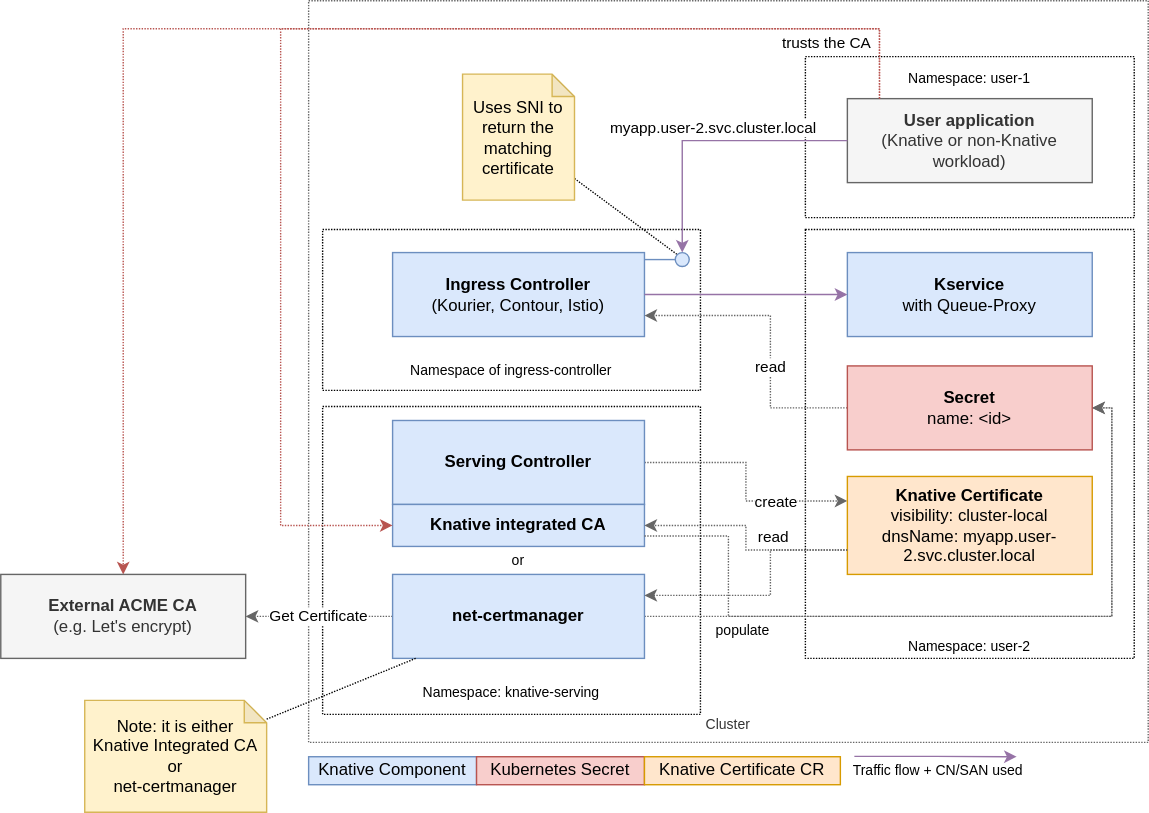
Before: docs/encryption/encryption-cluster-local-domain.drawio.svg, a diagram exported from draw.io (knative/serving). Source tidied: cells renumbered, new cells last; positions are measured from the earlier drawing's top-left corner, leaving out a move shared by most shapes.
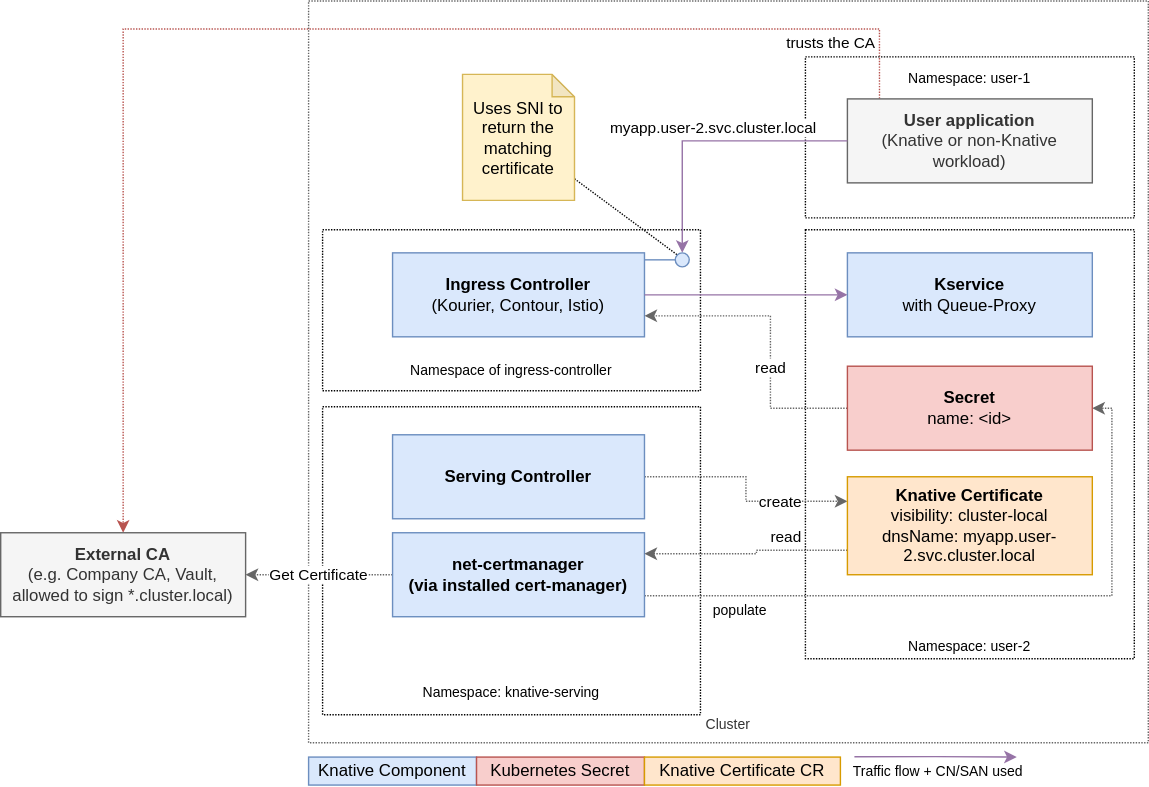
Later version of the same file.

Commit message:
update Serving encryption documentation to the newest developments

What changed in the source:
```diff
@@ -32,27 +32,27 @@
       <mxGeometry x="0.41" relative="1" as="geometry" />
     </mxCell>
     <mxCell id="10" value="&lt;b&gt;Serving Controller&lt;/b&gt;" style="rounded=0;whiteSpace=wrap;html=1;fillColor=#dae8fc;strokeColor=#6c8ebf;" parent="1" vertex="1">
-      <mxGeometry x="280" y="300" width="180" height="60" as="geometry" />
+      <mxGeometry x="280" y="310" width="180" height="60" as="geometry" />
     </mxCell>
     <mxCell id="11" value="Get Certificate" style="edgeStyle=orthogonalEdgeStyle;rounded=0;jettySize=auto;html=1;entryX=1;entryY=0.5;entryDx=0;entryDy=0;startArrow=none;startFill=0;fillColor=#f5f5f5;strokeColor=#666666;dashed=1;dashPattern=1 1;" parent="1" edge="1" source="13" target="21">
       <mxGeometry relative="1" as="geometry" />
     </mxCell>
-    <mxCell id="12" value="populate" style="edgeStyle=orthogonalEdgeStyle;rounded=0;jettySize=auto;html=1;entryX=1;entryY=0.5;entryDx=0;entryDy=0;dashed=1;dashPattern=1 1;fontSize=10;startArrow=none;startFill=0;fillColor=#f5f5f5;strokeColor=#666666;exitX=1;exitY=0.5;exitDx=0;exitDy=0;" parent="1" edge="1" source="13" target="17">
+    <mxCell id="12" value="populate" style="edgeStyle=orthogonalEdgeStyle;rounded=0;jettySize=auto;html=1;entryX=1;entryY=0.5;entryDx=0;entryDy=0;dashed=1;dashPattern=1 1;fontSize=10;startArrow=none;startFill=0;fillColor=#f5f5f5;strokeColor=#666666;exitX=1;exitY=0.75;exitDx=0;exitDy=0;" parent="1" edge="1" source="13" target="17">
       <mxGeometry x="-0.72" y="-10" relative="1" as="geometry">
         <Array as="points">
-          <mxPoint x="794" y="440" />
+          <mxPoint x="794" y="425" />
           <mxPoint x="794" y="291" />
         </Array>
       </mxGeometry>
     </mxCell>
-    <mxCell id="13" value="&lt;b&gt;net-certmanager&lt;/b&gt;" style="rounded=0;whiteSpace=wrap;html=1;fillColor=#dae8fc;strokeColor=#6c8ebf;" parent="1" vertex="1">
-      <mxGeometry x="280" y="410" width="180" height="60" as="geometry" />
+    <mxCell id="13" value="&lt;b&gt;net-certmanager&lt;br&gt;(via installed cert-manager)&lt;/b&gt;" style="rounded=0;whiteSpace=wrap;html=1;fillColor=#dae8fc;strokeColor=#6c8ebf;" parent="1" vertex="1">
+      <mxGeometry x="280" y="380" width="180" height="60" as="geometry" />
     </mxCell>
-    <mxCell id="14" value="read" style="edgeStyle=orthogonalEdgeStyle;rounded=0;jettySize=auto;html=1;entryX=1;entryY=0.25;entryDx=0;entryDy=0;exitX=0;exitY=0.75;exitDx=0;exitDy=0;dashed=1;dashPattern=1 1;fillColor=#f5f5f5;strokeColor=#666666;" parent="1" edge="1" source="15" target="13">
+    <mxCell id="14" value="read" style="edgeStyle=orthogonalEdgeStyle;rounded=0;jettySize=auto;html=1;exitX=0;exitY=0.75;exitDx=0;exitDy=0;dashed=1;dashPattern=1 1;fillColor=#f5f5f5;strokeColor=#666666;entryX=1;entryY=0.25;entryDx=0;entryDy=0;" parent="1" edge="1" source="15" target="13">
       <mxGeometry x="-0.4" y="-10" relative="1" as="geometry">
         <Array as="points">
-          <mxPoint x="550" y="393" />
-          <mxPoint x="550" y="425" />
+          <mxPoint x="540" y="393" />
+          <mxPoint x="540" y="395" />
         </Array>
       </mxGeometry>
     </mxCell>
@@ -84,8 +84,8 @@
     <mxCell id="20" value="Uses SNI to return the matching certificate" style="shape=note;whiteSpace=wrap;html=1;backgroundOutline=1;darkOpacity=0.05;fillColor=#fff2cc;strokeColor=#d6b656;size=16;" parent="1" vertex="1">
       <mxGeometry x="330" y="52.5" width="80" height="90" as="geometry" />
     </mxCell>
-    <mxCell id="21" value="&lt;b&gt;External ACME CA&lt;br&gt;&lt;/b&gt;(e.g. Let's encrypt)" style="rounded=0;whiteSpace=wrap;html=1;fillColor=#f5f5f5;strokeColor=#666666;fontColor=#333333;" parent="1" vertex="1">
-      <mxGeometry y="410" width="175" height="60" as="geometry" />
+    <mxCell id="21" value="&lt;b&gt;External CA&lt;br&gt;&lt;/b&gt;(e.g. Company CA, Vault, allowed to sign *.cluster.local)" style="rounded=0;whiteSpace=wrap;html=1;fillColor=#f5f5f5;strokeColor=#666666;fontColor=#333333;" parent="1" vertex="1">
+      <mxGeometry y="380" width="175" height="60" as="geometry" />
     </mxCell>
     <mxCell id="22" value="&lt;font style=&quot;font-size: 10px;&quot;&gt;&lt;font style=&quot;font-size: 10px;&quot;&gt;Namespace: user-1&lt;br&gt;&lt;/font&gt;&lt;br&gt;&lt;br&gt;&lt;br&gt;&lt;br&gt;&lt;br&gt;&lt;br&gt;&lt;/font&gt;" style="rounded=0;whiteSpace=wrap;html=1;fillColor=none;dashed=1;dashPattern=1 1;" parent="1" vertex="1">
       <mxGeometry x="575" y="40" width="235" height="115" as="geometry" />
@@ -107,32 +107,6 @@
     <mxCell id="26" style="ellipse;whiteSpace=wrap;html=1;fillColor=#dae8fc;strokeColor=#6c8ebf;" parent="1" vertex="1">
       <mxGeometry x="482" y="180" width="10" height="10" as="geometry" />
     </mxCell>
-    <mxCell id="27" value="&lt;b&gt;Knative integrated CA&lt;/b&gt;" style="rounded=0;whiteSpace=wrap;html=1;fillColor=#dae8fc;strokeColor=#6c8ebf;" parent="1" vertex="1">
-      <mxGeometry x="280" y="360" width="180" height="30" as="geometry" />
-    </mxCell>
-    <mxCell id="28" style="edgeStyle=orthogonalEdgeStyle;rounded=0;jettySize=auto;html=1;entryX=1;entryY=0.5;entryDx=0;entryDy=0;exitX=0;exitY=0.75;exitDx=0;exitDy=0;dashed=1;dashPattern=1 1;fillColor=#f5f5f5;strokeColor=#666666;" parent="1" edge="1" source="15" target="27">
-      <mxGeometry x="-0.33" relative="1" as="geometry" />
-    </mxCell>
-    <mxCell id="29" style="edgeStyle=orthogonalEdgeStyle;rounded=0;jettySize=auto;html=1;entryX=1;entryY=0.5;entryDx=0;entryDy=0;dashed=1;dashPattern=1 1;fontSize=10;startArrow=none;startFill=0;fillColor=#f5f5f5;strokeColor=#666666;exitX=1;exitY=0.75;exitDx=0;exitDy=0;" parent="1" edge="1" source="27" target="17">
-      <mxGeometry x="-0.66" relative="1" as="geometry">
-        <Array as="points">
-          <mxPoint x="520" y="383" />
-          <mxPoint x="520" y="440" />
-          <mxPoint x="794" y="440" />
-          <mxPoint x="794" y="291" />
-        </Array>
-      </mxGeometry>
-    </mxCell>
-    <mxCell id="30" style="edgeStyle=orthogonalEdgeStyle;rounded=0;jettySize=auto;html=1;entryX=0;entryY=0.5;entryDx=0;entryDy=0;startArrow=none;startFill=0;dashed=1;dashPattern=1 1;fillColor=#f8cecc;strokeColor=#b85450;" parent="1" edge="1" source="23" target="27">
-      <mxGeometry x="-0.9" y="-32" relative="1" as="geometry">
-        <Array as="points">
-          <mxPoint x="628" y="20" />
-          <mxPoint x="200" y="20" />
-          <mxPoint x="200" y="375" />
-        </Array>
-        <mxPoint x="32" y="32" as="offset" />
-      </mxGeometry>
-    </mxCell>
     <mxCell id="31" value="Knative Component" style="rounded=0;whiteSpace=wrap;html=1;fillColor=#dae8fc;strokeColor=#6c8ebf;" parent="1" vertex="1">
       <mxGeometry x="220" y="540.3" width="120" height="20" as="geometry" />
     </mxCell>
@@ -155,14 +129,5 @@
         </Array>
       </mxGeometry>
     </mxCell>
-    <mxCell id="36" value="&lt;font style=&quot;font-size: 10px;&quot;&gt;or&lt;/font&gt;" style="text;html=1;strokeColor=none;fillColor=none;align=center;verticalAlign=middle;whiteSpace=wrap;rounded=0;" parent="1" vertex="1">
-      <mxGeometry x="305" y="390" width="130" height="20" as="geometry" />
-    </mxCell>
-    <mxCell id="37" value="Note: it is either &lt;br&gt;Knative Integrated CA or&lt;br&gt;net-certmanager" style="shape=note;whiteSpace=wrap;html=1;backgroundOutline=1;darkOpacity=0.05;fillColor=#fff2cc;strokeColor=#d6b656;size=16;" parent="1" vertex="1">
-      <mxGeometry x="60" y="500" width="130" height="80" as="geometry" />
-    </mxCell>
-    <mxCell id="38" style="rounded=0;jettySize=auto;html=1;dashed=1;dashPattern=1 1;fontSize=10;startArrow=none;startFill=0;endArrow=none;endFill=0;" parent="1" edge="1" source="37" target="13">
-      <mxGeometry relative="1" as="geometry" />
-    </mxCell>
   </root>
 </mxGraphModel>
```
